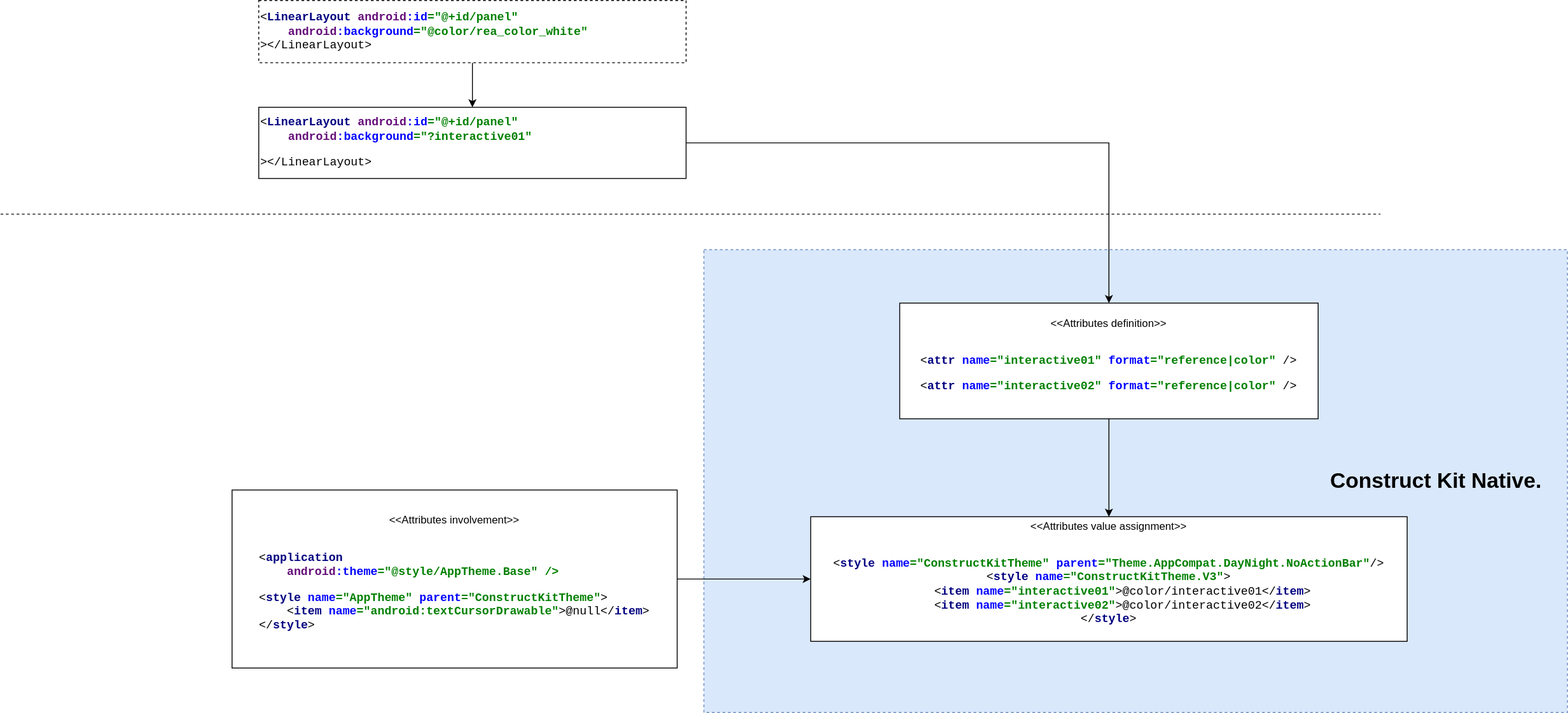
Earlier version of the draw.io export draw.io/visual-uplift-xml.svg (nancymiduo/nancymiduo). Source tidied: cells renumbered, new cells last; positions are measured from the earlier drawing's top-left corner, leaving out a move shared by most shapes.
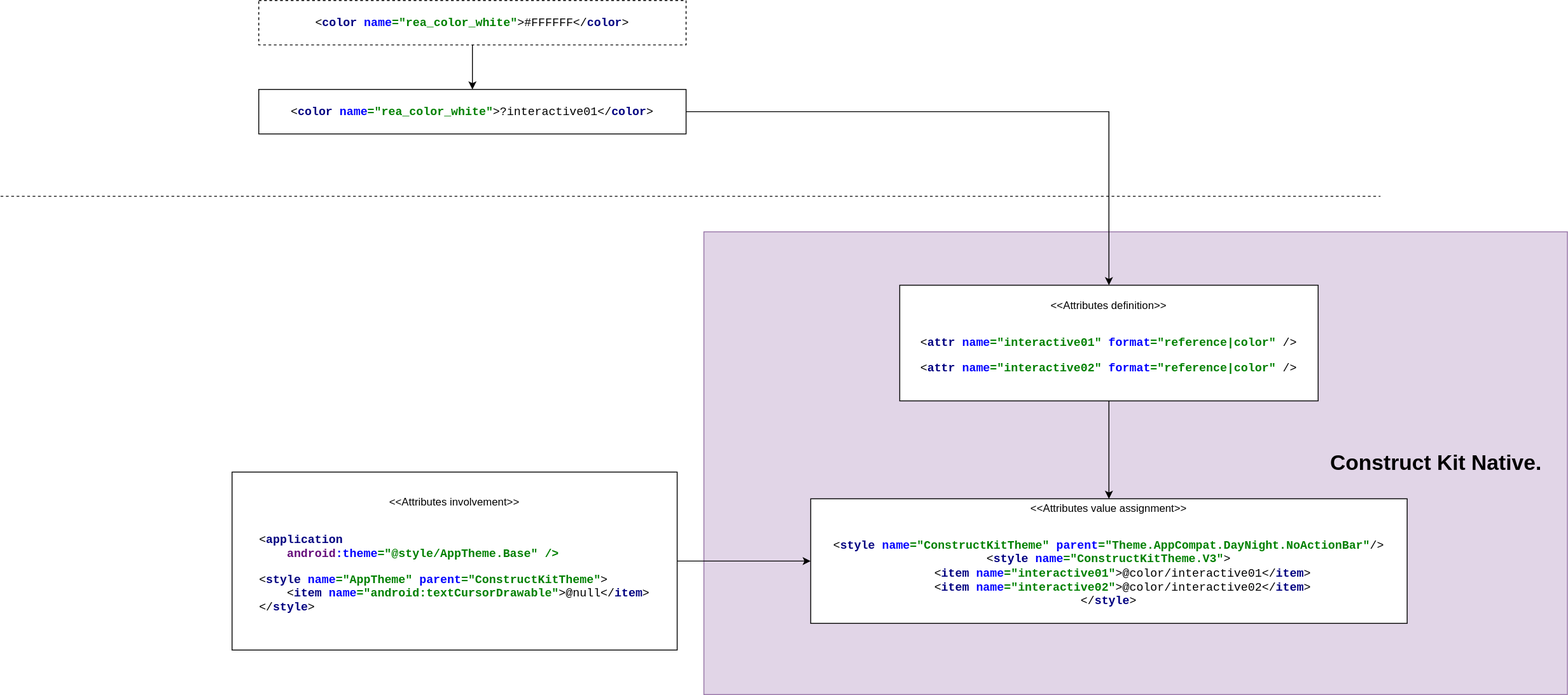
After the commit.

What changed in the source:
```diff
@@ -2,20 +2,20 @@
   <root>
     <mxCell id="0" />
     <mxCell id="1" parent="0" />
-    <mxCell id="2" value="&lt;b&gt;&lt;font style=&quot;font-size: 24px&quot;&gt;Construct Kit Native.&amp;nbsp; &amp;nbsp;&amp;nbsp;&lt;/font&gt;&lt;/b&gt;" style="rounded=0;whiteSpace=wrap;html=1;align=right;fillColor=#dae8fc;strokeColor=#6c8ebf;dashed=1;" parent="1" vertex="1">
+    <mxCell id="2" value="&lt;b&gt;&lt;font style=&quot;font-size: 24px&quot;&gt;Construct Kit Native.&amp;nbsp; &amp;nbsp;&amp;nbsp;&lt;/font&gt;&lt;/b&gt;" style="rounded=0;whiteSpace=wrap;html=1;align=right;fillColor=#e1d5e7;strokeColor=#9673a6;" parent="1" vertex="1">
       <mxGeometry x="790" y="280" width="970" height="520" as="geometry" />
     </mxCell>
     <mxCell id="3" style="edgeStyle=orthogonalEdgeStyle;rounded=0;jettySize=auto;html=1;" parent="1" edge="1" source="4" target="8">
       <mxGeometry relative="1" as="geometry" />
     </mxCell>
-    <mxCell id="4" value="&lt;pre style=&quot;background-color: rgb(255 , 255 , 255) ; font-family: &amp;#34;jetbrains mono&amp;#34; , monospace ; font-size: 9.8pt&quot;&gt;&lt;pre style=&quot;font-family: &amp;#34;jetbrains mono&amp;#34; , monospace ; font-size: 9.8pt&quot;&gt;&amp;lt;&lt;span style=&quot;color: #000080 ; font-weight: bold&quot;&gt;LinearLayout &lt;/span&gt;&lt;span style=&quot;color: #660e7a ; font-weight: bold&quot;&gt;android&lt;/span&gt;&lt;span style=&quot;color: #0000ff ; font-weight: bold&quot;&gt;:id&lt;/span&gt;&lt;span style=&quot;color: #008000 ; font-weight: bold&quot;&gt;=&quot;@+id/panel&quot;&lt;br&gt;&lt;/span&gt;&lt;span style=&quot;color: #008000 ; font-weight: bold&quot;&gt;    &lt;/span&gt;&lt;span style=&quot;color: #660e7a ; font-weight: bold&quot;&gt;android&lt;/span&gt;&lt;span style=&quot;color: #0000ff ; font-weight: bold&quot;&gt;:background&lt;/span&gt;&lt;span style=&quot;color: #008000 ; font-weight: bold&quot;&gt;=&quot;?interactive01&quot;&lt;/span&gt;&lt;/pre&gt;&lt;pre style=&quot;font-family: &amp;#34;jetbrains mono&amp;#34; , monospace ; font-size: 9.8pt&quot;&gt;&amp;gt;&amp;lt;/LinearLayout&amp;gt;&lt;/pre&gt;&lt;/pre&gt;" style="rounded=0;whiteSpace=wrap;html=1;align=left;" parent="1" vertex="1">
-      <mxGeometry x="290" y="120" width="480" height="80" as="geometry" />
+    <mxCell id="4" value="&lt;pre style=&quot;background-color: rgb(255 , 255 , 255) ; font-family: &amp;#34;jetbrains mono&amp;#34; , monospace ; font-size: 9.8pt&quot;&gt;&amp;lt;&lt;span style=&quot;color: #000080 ; font-weight: bold&quot;&gt;color &lt;/span&gt;&lt;span style=&quot;color: #0000ff ; font-weight: bold&quot;&gt;name&lt;/span&gt;&lt;span style=&quot;color: #008000 ; font-weight: bold&quot;&gt;=&quot;rea_color_white&quot;&lt;/span&gt;&amp;gt;?interactive01&amp;lt;/&lt;span style=&quot;color: #000080 ; font-weight: bold&quot;&gt;color&lt;/span&gt;&amp;gt;&lt;/pre&gt;" style="rounded=0;whiteSpace=wrap;html=1;" parent="1" vertex="1">
+      <mxGeometry x="290" y="120" width="480" height="50" as="geometry" />
     </mxCell>
     <mxCell id="5" style="edgeStyle=orthogonalEdgeStyle;rounded=0;jettySize=auto;html=1;entryX=0.5;entryY=0;entryDx=0;entryDy=0;" parent="1" edge="1" source="6" target="4">
       <mxGeometry relative="1" as="geometry" />
     </mxCell>
-    <mxCell id="6" value="&lt;pre style=&quot;background-color: rgb(255 , 255 , 255) ; font-family: &amp;#34;jetbrains mono&amp;#34; , monospace ; font-size: 9.8pt&quot;&gt;&lt;pre style=&quot;font-family: &amp;#34;jetbrains mono&amp;#34; , monospace ; font-size: 9.8pt&quot;&gt;&amp;lt;&lt;span style=&quot;color: #000080 ; font-weight: bold&quot;&gt;LinearLayout &lt;/span&gt;&lt;span style=&quot;color: #660e7a ; font-weight: bold&quot;&gt;android&lt;/span&gt;&lt;span style=&quot;color: #0000ff ; font-weight: bold&quot;&gt;:id&lt;/span&gt;&lt;span style=&quot;color: #008000 ; font-weight: bold&quot;&gt;=&quot;@+id/panel&quot;&lt;/span&gt;&lt;span style=&quot;color: #008000 ; font-weight: bold&quot;&gt;&lt;br&gt;&lt;/span&gt;&lt;span style=&quot;color: #008000 ; font-weight: bold&quot;&gt;    &lt;/span&gt;&lt;span style=&quot;color: #660e7a ; font-weight: bold&quot;&gt;android&lt;/span&gt;&lt;span style=&quot;color: #0000ff ; font-weight: bold&quot;&gt;:background&lt;/span&gt;&lt;span style=&quot;color: #008000 ; font-weight: bold&quot;&gt;=&quot;@color/rea_color_white&quot;&lt;br&gt;&lt;/span&gt;&amp;gt;&amp;lt;/LinearLayout&amp;gt;&lt;/pre&gt;&lt;/pre&gt;" style="rounded=0;whiteSpace=wrap;html=1;dashed=1;align=left;" parent="1" vertex="1">
-      <mxGeometry x="290" width="480" height="70" as="geometry" />
+    <mxCell id="6" value="&lt;pre style=&quot;background-color: rgb(255 , 255 , 255) ; font-family: &amp;#34;jetbrains mono&amp;#34; , monospace ; font-size: 9.8pt&quot;&gt;&amp;lt;&lt;span style=&quot;color: #000080 ; font-weight: bold&quot;&gt;color &lt;/span&gt;&lt;span style=&quot;color: #0000ff ; font-weight: bold&quot;&gt;name&lt;/span&gt;&lt;span style=&quot;color: #008000 ; font-weight: bold&quot;&gt;=&quot;rea_color_white&quot;&lt;/span&gt;&amp;gt;#FFFFFF&amp;lt;/&lt;span style=&quot;color: #000080 ; font-weight: bold&quot;&gt;color&lt;/span&gt;&amp;gt;&lt;/pre&gt;" style="rounded=0;whiteSpace=wrap;html=1;dashed=1;" parent="1" vertex="1">
+      <mxGeometry x="290" y="20" width="480" height="50" as="geometry" />
     </mxCell>
     <mxCell id="7" style="edgeStyle=orthogonalEdgeStyle;rounded=0;jettySize=auto;html=1;" parent="1" edge="1" source="8" target="9">
       <mxGeometry relative="1" as="geometry" />
```
